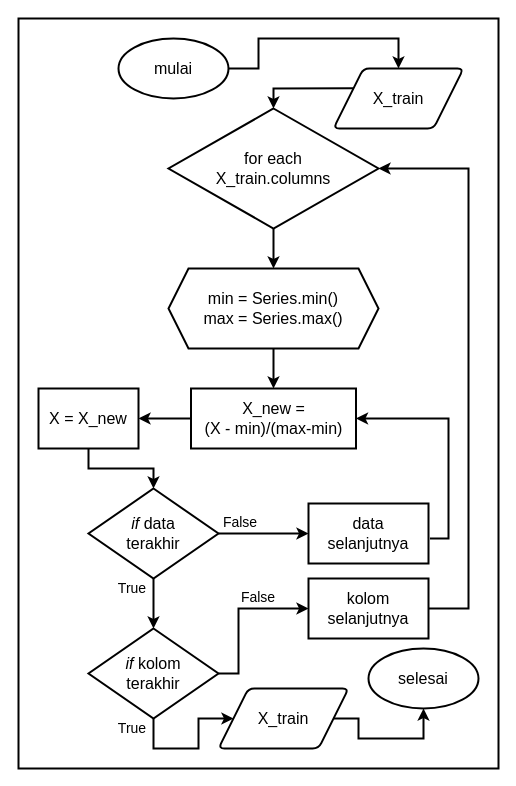
Before: Images/flowchart_normalisasi_minmax.drawio in rshby/skripsi, a draw.io diagram. Source tidied: cells renumbered, new cells numbered last; positions are measured from the earlier drawing's top-left corner, leaving out a move shared by most shapes. Both pictures are drawn from the tidied source at 100%, with x=0, y=0 at pixel (18, 18).
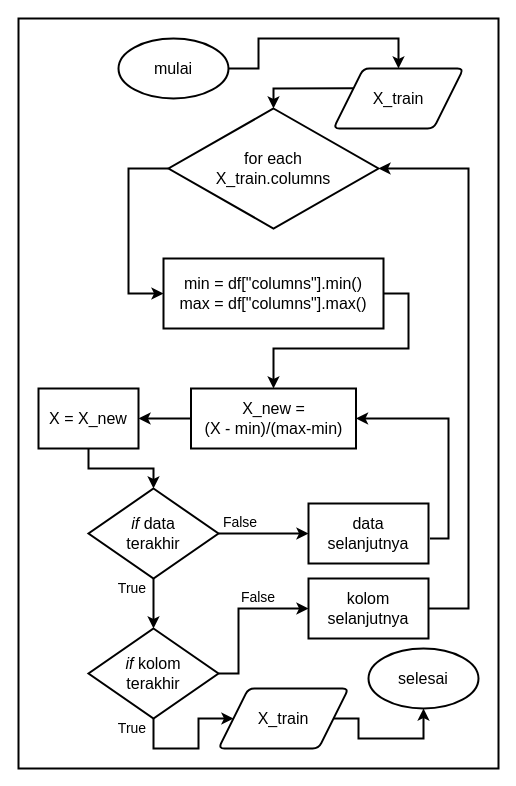
The same page after the edit.

The change refers to these unchanged cells:
```xml
<mxCell id="2" style="group;" parent="1" vertex="1">
  <mxGeometry width="480" height="750" as="geometry" />
</mxCell>
<mxCell id="5" value="&lt;font style=&quot;font-size: 16px&quot;&gt;selesai&lt;/font&gt;" style="ellipse;whiteSpace=wrap;html=1;strokeWidth=2;" parent="2" vertex="1">
  <mxGeometry x="350" y="630" width="110" height="60" as="geometry" />
</mxCell>
<mxCell id="11" value="&lt;font style=&quot;font-size: 16px&quot;&gt;for each&lt;br&gt;X_train.columns&lt;/font&gt;" style="rhombus;whiteSpace=wrap;html=1;strokeWidth=2;" parent="2" vertex="1">
  <mxGeometry x="150" y="90" width="210" height="120" as="geometry" />
</mxCell>
<mxCell id="14" value="&lt;font style=&quot;font-size: 16px&quot;&gt;X_new = &lt;br&gt;(X - min)/(max-min)&lt;/font&gt;" style="rounded=0;whiteSpace=wrap;html=1;strokeWidth=2;" parent="2" vertex="1">
  <mxGeometry x="172.5" y="370" width="165" height="60" as="geometry" />
</mxCell>
<mxCell id="31" value="&lt;font style=&quot;font-size: 16px&quot;&gt;X_train&lt;/font&gt;" style="shape=parallelogram;html=1;strokeWidth=2;perimeter=parallelogramPerimeter;whiteSpace=wrap;rounded=1;arcSize=12;size=0.23;" parent="2" vertex="1">
  <mxGeometry x="200" y="670" width="130" height="60" as="geometry" />
</mxCell>
```

Change to the diagram source:
```diff
@@
-    <mxCell id="8" value="&lt;font style=&quot;font-size: 16px&quot;&gt;min = Series.min()&lt;br&gt;max = Series.max()&lt;/font&gt;" style="shape=hexagon;perimeter=hexagonPerimeter2;whiteSpace=wrap;html=1;fixedSize=1;strokeWidth=2;" parent="2" vertex="1">
-      <mxGeometry x="150" y="250" width="210" height="80" as="geometry" />
-    </mxCell>
@@
-    <mxCell id="13" style="endArrow=classic;html=1;strokeWidth=2;exitX=0.5;exitY=1;exitDx=0;exitDy=0;entryX=0.5;entryY=0;entryDx=0;entryDy=0;" parent="2" edge="1" source="11" target="8">
-      <mxGeometry as="geometry" />
+    <mxCell id="13" style="endArrow=classic;html=1;strokeWidth=2;exitX=0;exitY=0.5;exitDx=0;exitDy=0;entryX=0;entryY=0.5;entryDx=0;entryDy=0;rounded=0;" parent="2" edge="1" source="11" target="33">
+      <mxGeometry x="90" y="-220" as="geometry">
+        <Array as="points">
+          <mxPoint x="110" y="150" />
+          <mxPoint x="110" y="275" />
+        </Array>
+      </mxGeometry>
     </mxCell>
@@
-    <mxCell id="15" style="endArrow=classic;html=1;strokeWidth=2;exitX=0.5;exitY=1;exitDx=0;exitDy=0;entryX=0.5;entryY=0;entryDx=0;entryDy=0;" parent="2" edge="1" source="8" target="14">
-      <mxGeometry as="geometry" />
-    </mxCell>
@@
     <mxCell id="32" style="endArrow=classic;html=1;exitX=1;exitY=0.5;exitDx=0;exitDy=0;entryX=0.5;entryY=1;entryDx=0;entryDy=0;strokeWidth=2;rounded=0;" parent="2" edge="1" source="31" target="5">
-      <mxGeometry relative="1" as="geometry">
+      <mxGeometry as="geometry">
         <Array as="points">
           <mxPoint x="340" y="700" />
           <mxPoint x="340" y="720" />
           <mxPoint x="405" y="720" />
         </Array>
       </mxGeometry>
     </mxCell>
+    <mxCell id="33" value="&lt;span style=&quot;font-size: 16px&quot;&gt;min = df[&quot;columns&quot;].min()&lt;/span&gt;&lt;br style=&quot;font-size: 16px&quot;&gt;&lt;span style=&quot;font-size: 16px&quot;&gt;max = df[&quot;columns&quot;].max()&lt;/span&gt;" style="rounded=0;whiteSpace=wrap;html=1;strokeWidth=2;" parent="2" vertex="1">
+      <mxGeometry x="145" y="240" width="220" height="70" as="geometry" />
+    </mxCell>
+    <mxCell id="15" style="endArrow=classic;html=1;strokeWidth=2;exitX=1;exitY=0.5;exitDx=0;exitDy=0;entryX=0.5;entryY=0;entryDx=0;entryDy=0;rounded=0;" parent="2" edge="1" source="33" target="14">
+      <mxGeometry as="geometry">
+        <Array as="points">
+          <mxPoint x="390" y="275" />
+          <mxPoint x="390" y="330" />
+          <mxPoint x="255" y="330" />
+        </Array>
+      </mxGeometry>
+    </mxCell>
```
